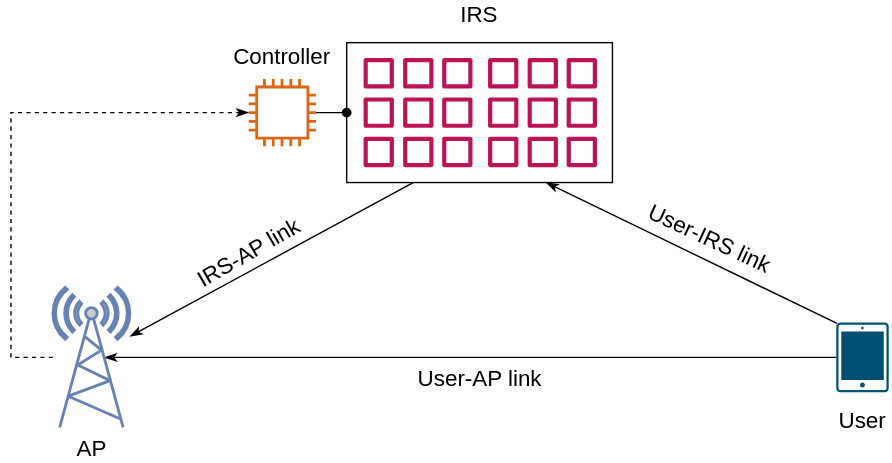
Before: IRS-aided.svg, a diagram exported from draw.io (Phagesama/PDFGPPCfigure). Source tidied: cells renumbered, new cells last; positions are measured from the earlier drawing's top-left corner, leaving out a move shared by most shapes. The source it was exported from:
```xml
<mxGraphModel>
  <root>
    <mxCell id="0" />
    <mxCell id="1" parent="0" />
    <mxCell id="2" style="rounded=0;whiteSpace=wrap;html=1;" parent="1" vertex="1">
      <mxGeometry x="240" y="30" width="190" height="100" as="geometry" />
    </mxCell>
    <mxCell id="3" style="edgeStyle=orthogonalEdgeStyle;rounded=0;jettySize=auto;html=1;exitX=0;exitY=0.5;exitDx=0;exitDy=0;exitPerimeter=0;entryX=0.67;entryY=0.5;entryDx=0;entryDy=0;entryPerimeter=0;endArrow=classicThin;endFill=1;" parent="1" edge="1" source="5" target="7">
      <mxGeometry relative="1" as="geometry" />
    </mxCell>
    <mxCell id="4" style="rounded=0;jettySize=auto;html=1;exitX=0.015;exitY=0.015;exitDx=0;exitDy=0;exitPerimeter=0;endArrow=classicThin;endFill=1;entryX=0.75;entryY=1;entryDx=0;entryDy=0;" parent="1" edge="1" source="5" target="2">
      <mxGeometry relative="1" as="geometry" />
    </mxCell>
    <mxCell id="5" style="points=[[0.015,0.015,0],[0.985,0.015,0],[0.985,0.985,0],[0.015,0.985,0],[0.25,0,0],[0.5,0,0],[0.75,0,0],[1,0.25,0],[1,0.5,0],[1,0.75,0],[0.75,1,0],[0.5,1,0],[0.25,1,0],[0,0.75,0],[0,0.5,0],[0,0.25,0]];verticalLabelPosition=bottom;html=1;verticalAlign=top;align=center;shape=mxgraph.cisco19.handheld;fillColor=#005073;strokeColor=none;" parent="1" vertex="1">
      <mxGeometry x="590" y="230" width="37.5" height="50" as="geometry" />
    </mxCell>
    <mxCell id="6" style="edgeStyle=orthogonalEdgeStyle;rounded=0;jettySize=auto;html=1;dashed=1;endArrow=classicThin;endFill=1;" parent="1" edge="1" source="7" target="12">
      <mxGeometry relative="1" as="geometry">
        <Array as="points">
          <mxPoint y="255" />
          <mxPoint y="80" />
        </Array>
      </mxGeometry>
    </mxCell>
    <mxCell id="7" style="fontColor=#0066CC;verticalAlign=top;verticalLabelPosition=bottom;labelPosition=center;align=center;html=1;outlineConnect=0;fillColor=#CCCCCC;strokeColor=#6881B3;gradientColor=none;gradientDirection=north;strokeWidth=2;shape=mxgraph.networks.radio_tower;" parent="1" vertex="1">
      <mxGeometry x="30" y="205" width="55" height="100" as="geometry" />
    </mxCell>
    <mxCell id="8" style="edgeStyle=none;rounded=0;jettySize=auto;html=1;endArrow=classicThin;endFill=1;exitX=0.25;exitY=1;exitDx=0;exitDy=0;" parent="1" edge="1" source="2" target="7">
      <mxGeometry relative="1" as="geometry" />
    </mxCell>
    <mxCell id="9" style="fontColor=#232F3E;gradientColor=none;fillColor=#BC1356;strokeColor=none;dashed=0;verticalLabelPosition=bottom;verticalAlign=top;align=center;html=1;fontSize=12;fontStyle=0;shape=mxgraph.aws4.instances_2;" parent="1" vertex="1">
      <mxGeometry x="252" y="41" width="78" height="78" as="geometry" />
    </mxCell>
    <mxCell id="10" style="fontColor=#232F3E;gradientColor=none;fillColor=#BC1356;strokeColor=none;dashed=0;verticalLabelPosition=bottom;verticalAlign=top;align=center;html=1;fontSize=12;fontStyle=0;shape=mxgraph.aws4.instances_2;" parent="1" vertex="1">
      <mxGeometry x="341" y="41" width="78" height="78" as="geometry" />
    </mxCell>
    <mxCell id="11" style="edgeStyle=orthogonalEdgeStyle;rounded=0;jettySize=auto;html=1;endArrow=oval;endFill=1;entryX=0;entryY=0.5;entryDx=0;entryDy=0;" parent="1" edge="1" source="12" target="2">
      <mxGeometry relative="1" as="geometry" />
    </mxCell>
    <mxCell id="12" style="outlineConnect=0;fontColor=#232F3E;gradientColor=none;fillColor=#D86613;strokeColor=none;dashed=0;verticalLabelPosition=bottom;verticalAlign=top;align=center;html=1;fontSize=12;fontStyle=0;shape=mxgraph.aws4.instance2;" parent="1" vertex="1">
      <mxGeometry x="170" y="56" width="48" height="48" as="geometry" />
    </mxCell>
    <mxCell id="13" value="&lt;font style=&quot;font-size: 16px&quot;&gt;Controller&lt;/font&gt;" style="text;html=1;strokeColor=none;fillColor=none;align=center;verticalAlign=middle;whiteSpace=wrap;rounded=0;" parent="1" vertex="1">
      <mxGeometry x="174" y="30" width="40" height="20" as="geometry" />
    </mxCell>
    <mxCell id="14" value="&lt;font style=&quot;font-size: 16px&quot;&gt;IRS&lt;/font&gt;" style="text;html=1;strokeColor=none;fillColor=none;align=center;verticalAlign=middle;whiteSpace=wrap;rounded=0;" parent="1" vertex="1">
      <mxGeometry x="315" width="40" height="20" as="geometry" />
    </mxCell>
    <mxCell id="15" value="&lt;font style=&quot;font-size: 16px&quot;&gt;AP&lt;/font&gt;" style="text;html=1;strokeColor=none;fillColor=none;align=center;verticalAlign=middle;whiteSpace=wrap;rounded=0;" parent="1" vertex="1">
      <mxGeometry x="37.5" y="310" width="40" height="20" as="geometry" />
    </mxCell>
    <mxCell id="16" value="&lt;font style=&quot;font-size: 16px&quot;&gt;User&lt;/font&gt;" style="text;html=1;strokeColor=none;fillColor=none;align=center;verticalAlign=middle;whiteSpace=wrap;rounded=0;" parent="1" vertex="1">
      <mxGeometry x="588.8" y="290" width="40" height="20" as="geometry" />
    </mxCell>
    <mxCell id="17" value="&lt;font style=&quot;font-size: 16px&quot;&gt;User-AP link&lt;/font&gt;" style="text;html=1;strokeColor=none;fillColor=none;align=center;verticalAlign=middle;whiteSpace=wrap;rounded=0;" parent="1" vertex="1">
      <mxGeometry x="287.5" y="260" width="95" height="20" as="geometry" />
    </mxCell>
    <mxCell id="18" value="&lt;font style=&quot;font-size: 16px&quot;&gt;User-IRS link&lt;/font&gt;" style="text;html=1;strokeColor=none;fillColor=none;align=center;verticalAlign=middle;whiteSpace=wrap;rounded=0;rotation=25;" parent="1" vertex="1">
      <mxGeometry x="450" y="160" width="100" height="20" as="geometry" />
    </mxCell>
    <mxCell id="19" value="&lt;font style=&quot;font-size: 16px&quot;&gt;IRS-AP link&lt;/font&gt;" style="text;html=1;strokeColor=none;fillColor=none;align=center;verticalAlign=middle;whiteSpace=wrap;rounded=0;rotation=-30;" parent="1" vertex="1">
      <mxGeometry x="110" y="170" width="120" height="20" as="geometry" />
    </mxCell>
  </root>
</mxGraphModel>
```
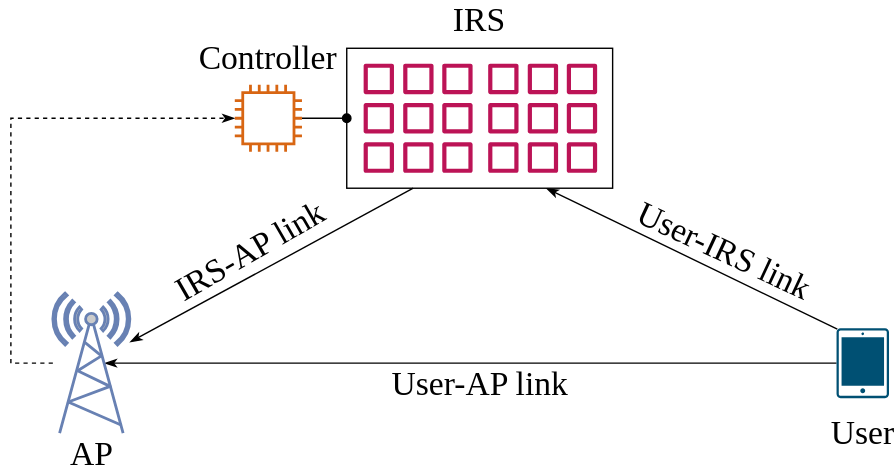
The same diagram one commit later.

The edit, as a diff of the source:
```diff
@@ -38,28 +38,28 @@
       <mxGeometry relative="1" as="geometry" />
     </mxCell>
     <mxCell id="12" style="outlineConnect=0;fontColor=#232F3E;gradientColor=none;fillColor=#D86613;strokeColor=none;dashed=0;verticalLabelPosition=bottom;verticalAlign=top;align=center;html=1;fontSize=12;fontStyle=0;shape=mxgraph.aws4.instance2;" parent="1" vertex="1">
-      <mxGeometry x="170" y="56" width="48" height="48" as="geometry" />
+      <mxGeometry x="160" y="56" width="48" height="48" as="geometry" />
     </mxCell>
-    <mxCell id="13" value="&lt;font style=&quot;font-size: 16px&quot;&gt;Controller&lt;/font&gt;" style="text;html=1;strokeColor=none;fillColor=none;align=center;verticalAlign=middle;whiteSpace=wrap;rounded=0;" parent="1" vertex="1">
-      <mxGeometry x="174" y="30" width="40" height="20" as="geometry" />
+    <mxCell id="13" value="&lt;font style=&quot;font-size: 24px&quot; face=&quot;Times New Roman&quot;&gt;Controller&lt;/font&gt;" style="text;html=1;strokeColor=none;fillColor=none;align=center;verticalAlign=middle;whiteSpace=wrap;rounded=0;" parent="1" vertex="1">
+      <mxGeometry x="164" y="27" width="40" height="20" as="geometry" />
     </mxCell>
-    <mxCell id="14" value="&lt;font style=&quot;font-size: 16px&quot;&gt;IRS&lt;/font&gt;" style="text;html=1;strokeColor=none;fillColor=none;align=center;verticalAlign=middle;whiteSpace=wrap;rounded=0;" parent="1" vertex="1">
+    <mxCell id="14" value="&lt;font style=&quot;font-size: 24px&quot; face=&quot;Times New Roman&quot;&gt;IRS&lt;/font&gt;" style="text;html=1;strokeColor=none;fillColor=none;align=center;verticalAlign=middle;whiteSpace=wrap;rounded=0;" parent="1" vertex="1">
       <mxGeometry x="315" width="40" height="20" as="geometry" />
     </mxCell>
-    <mxCell id="15" value="&lt;font style=&quot;font-size: 16px&quot;&gt;AP&lt;/font&gt;" style="text;html=1;strokeColor=none;fillColor=none;align=center;verticalAlign=middle;whiteSpace=wrap;rounded=0;" parent="1" vertex="1">
+    <mxCell id="15" value="&lt;font style=&quot;font-size: 24px&quot; face=&quot;Times New Roman&quot;&gt;AP&lt;/font&gt;" style="text;html=1;strokeColor=none;fillColor=none;align=center;verticalAlign=middle;whiteSpace=wrap;rounded=0;" parent="1" vertex="1">
       <mxGeometry x="37.5" y="310" width="40" height="20" as="geometry" />
     </mxCell>
-    <mxCell id="16" value="&lt;font style=&quot;font-size: 16px&quot;&gt;User&lt;/font&gt;" style="text;html=1;strokeColor=none;fillColor=none;align=center;verticalAlign=middle;whiteSpace=wrap;rounded=0;" parent="1" vertex="1">
-      <mxGeometry x="588.8" y="290" width="40" height="20" as="geometry" />
+    <mxCell id="16" value="&lt;font style=&quot;font-size: 24px&quot; face=&quot;Times New Roman&quot;&gt;User&lt;/font&gt;" style="text;html=1;strokeColor=none;fillColor=none;align=center;verticalAlign=middle;whiteSpace=wrap;rounded=0;" parent="1" vertex="1">
+      <mxGeometry x="588.8" y="295" width="40" height="20" as="geometry" />
     </mxCell>
-    <mxCell id="17" value="&lt;font style=&quot;font-size: 16px&quot;&gt;User-AP link&lt;/font&gt;" style="text;html=1;strokeColor=none;fillColor=none;align=center;verticalAlign=middle;whiteSpace=wrap;rounded=0;" parent="1" vertex="1">
-      <mxGeometry x="287.5" y="260" width="95" height="20" as="geometry" />
+    <mxCell id="17" value="&lt;font style=&quot;font-size: 24px&quot; face=&quot;Times New Roman&quot;&gt;User-AP link&lt;/font&gt;" style="text;html=1;strokeColor=none;fillColor=none;align=center;verticalAlign=middle;whiteSpace=wrap;rounded=0;" parent="1" vertex="1">
+      <mxGeometry x="263.8" y="260" width="142.5" height="20" as="geometry" />
     </mxCell>
-    <mxCell id="18" value="&lt;font style=&quot;font-size: 16px&quot;&gt;User-IRS link&lt;/font&gt;" style="text;html=1;strokeColor=none;fillColor=none;align=center;verticalAlign=middle;whiteSpace=wrap;rounded=0;rotation=25;" parent="1" vertex="1">
-      <mxGeometry x="450" y="160" width="100" height="20" as="geometry" />
+    <mxCell id="18" value="&lt;font face=&quot;Times New Roman&quot; style=&quot;font-size: 24px&quot;&gt;User-IRS link&lt;/font&gt;" style="text;html=1;strokeColor=none;fillColor=none;align=center;verticalAlign=middle;whiteSpace=wrap;rounded=0;rotation=25;" parent="1" vertex="1">
+      <mxGeometry x="440" y="165" width="140" height="20" as="geometry" />
     </mxCell>
-    <mxCell id="19" value="&lt;font style=&quot;font-size: 16px&quot;&gt;IRS-AP link&lt;/font&gt;" style="text;html=1;strokeColor=none;fillColor=none;align=center;verticalAlign=middle;whiteSpace=wrap;rounded=0;rotation=-30;" parent="1" vertex="1">
-      <mxGeometry x="110" y="170" width="120" height="20" as="geometry" />
+    <mxCell id="19" value="&lt;font style=&quot;font-size: 24px&quot; face=&quot;Times New Roman&quot;&gt;IRS-AP link&lt;/font&gt;" style="text;html=1;strokeColor=none;fillColor=none;align=center;verticalAlign=middle;whiteSpace=wrap;rounded=0;rotation=-30;" parent="1" vertex="1">
+      <mxGeometry x="106.3" y="164.5" width="130" height="20" as="geometry" />
     </mxCell>
   </root>
 </mxGraphModel>
```
